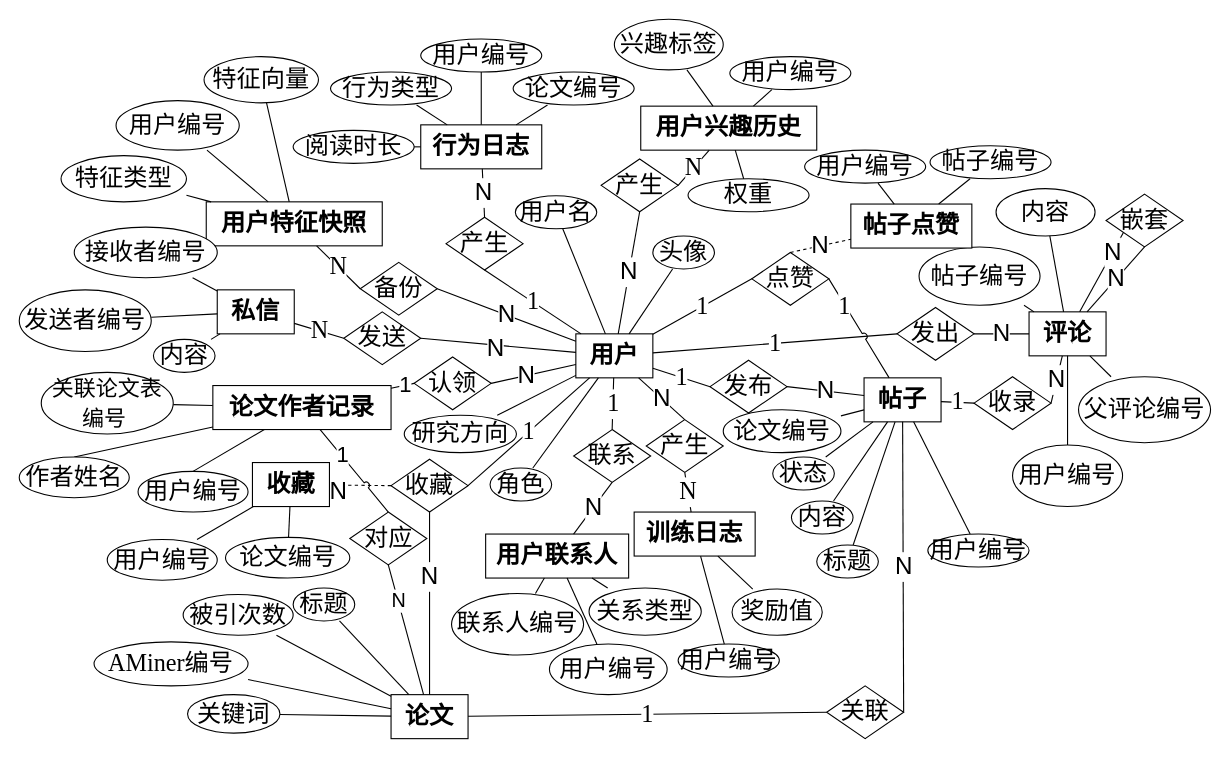
Before: docs/draw/11-er-diagram.drawio in this1is1i/ACSR, a draw.io diagram. Source tidied: cells renumbered, new cells numbered last; positions are measured from the earlier drawing's top-left corner, leaving out a move shared by most shapes. Both pictures are drawn from the tidied source at 110%, with x=0, y=0 at pixel (19, 19).
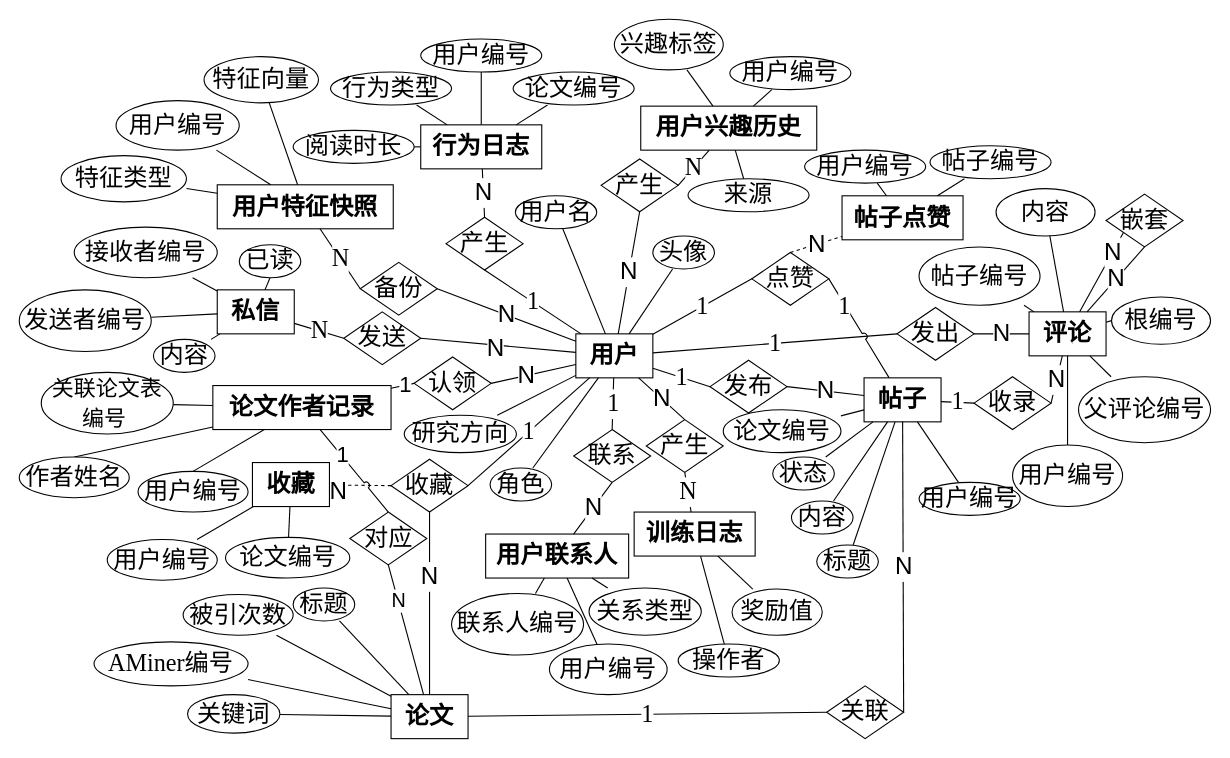
The same diagram, later.

Commit message (it also covers changes not shown here):
feat: switch favorites from behavior_log to dedicated favourite table + DB schema QA

Unchanged cells that the change refers to:
```xml
<mxCell id="34" value="评论" style="shape=rectangle;whiteSpace=wrap;html=1;fontSize=22;fontStyle=1;fontFamily=Times New Roman;" parent="1" vertex="1">
  <mxGeometry x="918" y="266" width="70" height="40" as="geometry" />
</mxCell>
<mxCell id="42" value="私信" style="shape=rectangle;whiteSpace=wrap;html=1;fontSize=22;fontStyle=1;fontFamily=Times New Roman;" parent="1" vertex="1">
  <mxGeometry x="180" y="246" width="70" height="40" as="geometry" />
</mxCell>
```

Diff of the diagram source:
```diff
@@
-    <mxCell id="9" value="权重" style="shape=ellipse;whiteSpace=wrap;html=1;fontSize=22;fontFamily=Times New Roman;" parent="1" vertex="1">
+    <mxCell id="9" value="来源" style="shape=ellipse;whiteSpace=wrap;html=1;fontSize=22;fontFamily=Times New Roman;" parent="1" vertex="1">
       <mxGeometry x="608" y="145" width="110" height="30" as="geometry" />
     </mxCell>
@@
     <mxCell id="11" value="用户特征快照" style="shape=rectangle;whiteSpace=wrap;html=1;fontSize=22;fontStyle=1;fontFamily=Times New Roman;" parent="1" vertex="1">
-      <mxGeometry x="170" y="166" width="160" height="40" as="geometry" />
+      <mxGeometry x="180" y="150.5" width="160" height="40" as="geometry" />
     </mxCell>
@@
     <mxCell id="32" value="用户编号" style="shape=ellipse;whiteSpace=wrap;html=1;fontSize=22;fontFamily=Times New Roman;" parent="1" vertex="1">
-      <mxGeometry x="826" y="468" width="92" height="30" as="geometry" />
+      <mxGeometry x="818" y="421" width="92" height="30" as="geometry" />
     </mxCell>
@@
     <mxCell id="39" value="帖子点赞" style="shape=rectangle;whiteSpace=wrap;html=1;fontSize=22;fontStyle=1;fontFamily=Times New Roman;" parent="1" vertex="1">
-      <mxGeometry x="756" y="168" width="110" height="40" as="geometry" />
+      <mxGeometry x="748" y="160.5" width="110" height="40" as="geometry" />
     </mxCell>
@@
-    <mxCell id="52" value="用户编号" style="shape=ellipse;whiteSpace=wrap;html=1;fontSize=22;fontFamily=Times New Roman;" parent="1" vertex="1">
+    <mxCell id="52" value="操作者" style="shape=ellipse;whiteSpace=wrap;html=1;fontSize=22;fontFamily=Times New Roman;" parent="1" vertex="1">
       <mxGeometry x="599" y="568" width="92" height="30" as="geometry" />
     </mxCell>
@@
+    <mxCell id="150" style="rounded=0;jettySize=auto;html=1;exitX=0;exitY=0.5;exitDx=0;exitDy=0;endArrow=none;startFill=0;" parent="1" edge="1" source="151" target="34">
+      <mxGeometry relative="1" as="geometry" />
+    </mxCell>
+    <mxCell id="151" value="根编号" style="shape=ellipse;whiteSpace=wrap;html=1;fontSize=22;fontFamily=Times New Roman;" parent="1" vertex="1">
+      <mxGeometry x="993" y="252.5" width="90" height="43" as="geometry" />
+    </mxCell>
+    <mxCell id="152" style="rounded=0;jettySize=auto;html=1;exitX=0.5;exitY=1;exitDx=0;exitDy=0;endArrow=none;startFill=0;" parent="1" edge="1" source="153" target="42">
+      <mxGeometry relative="1" as="geometry" />
+    </mxCell>
+    <mxCell id="153" value="已读" style="shape=ellipse;whiteSpace=wrap;html=1;fontSize=22;fontFamily=Times New Roman;" parent="1" vertex="1">
+      <mxGeometry x="200" y="205" width="56" height="30" as="geometry" />
+    </mxCell>
```
